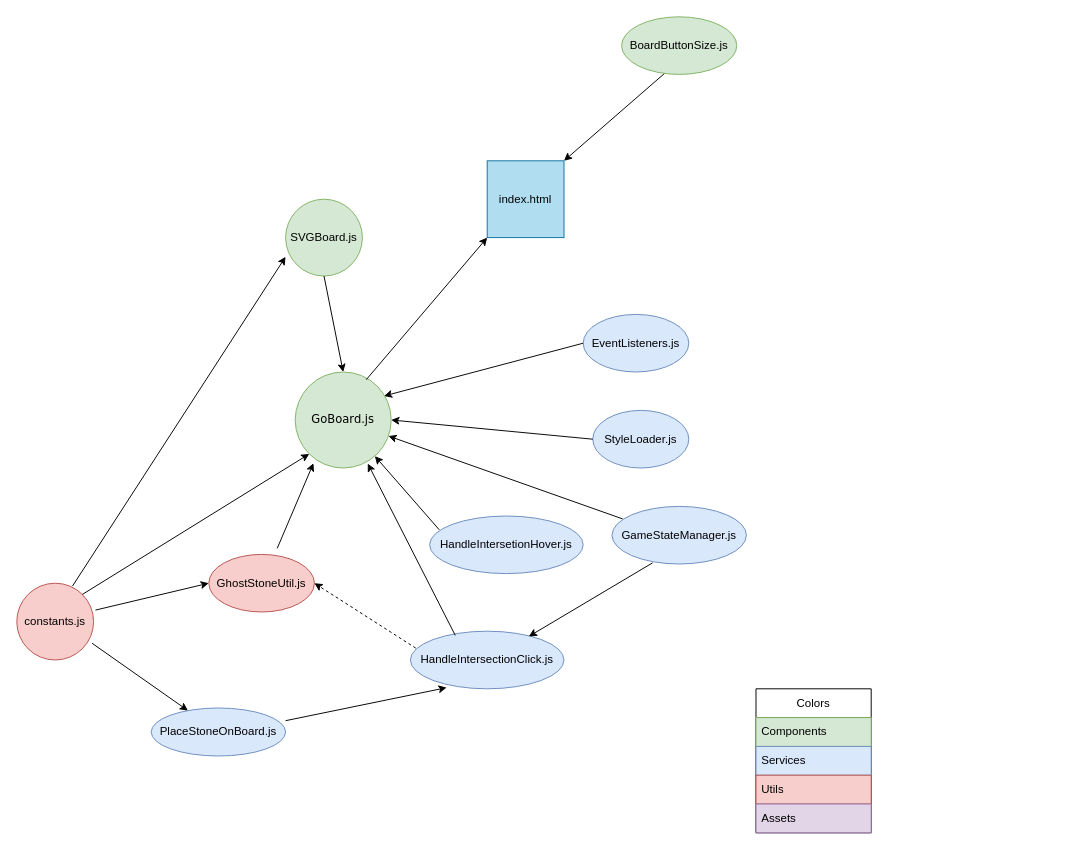
Above: WebGo.drawio in enokiLucas/Diagrams (draw.io), before the change. Source tidied: cells renumbered, new cells numbered last; positions are measured from the earlier drawing's top-left corner, leaving out a move shared by most shapes. Both pictures are drawn from the tidied source at 96%, with x=0, y=0 at pixel (16, 16).
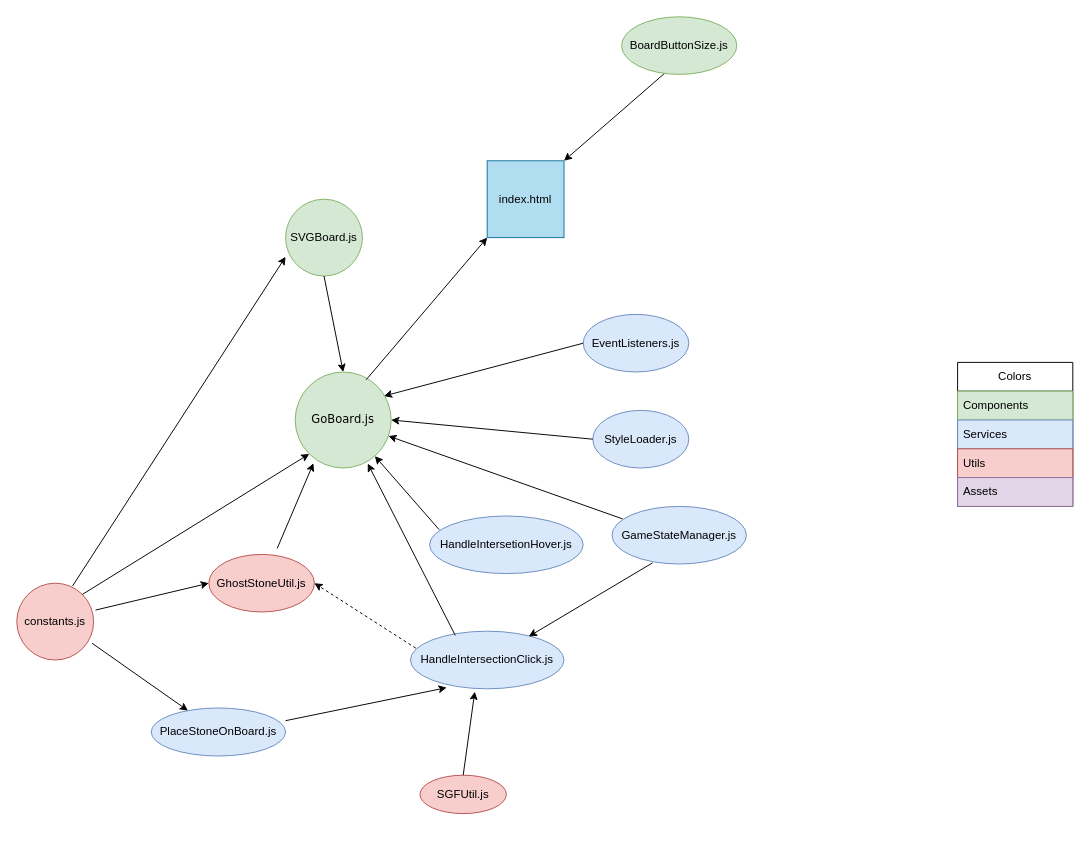
The same diagram, later.

The change refers to these unchanged cells:
```xml
<mxCell id="21" value="HandleIntersectionClick.js" style="ellipse;whiteSpace=wrap;html=1;fillColor=#dae8fc;strokeColor=#6c8ebf;" parent="1" vertex="1">
  <mxGeometry x="410" y="640" width="160" height="60" as="geometry" />
</mxCell>
```

Diff of the diagram source:
```diff
@@
     <mxCell id="3" value="Colors" style="swimlane;fontStyle=0;horizontal=1;startSize=30;whiteSpace=wrap;html=1;" parent="1" vertex="1">
-      <mxGeometry x="770" y="700" width="120" height="150" as="geometry" />
+      <mxGeometry x="980" y="360" width="120" height="150" as="geometry" />
     </mxCell>
@@
+    <mxCell id="35" value="SGFUtil.js" style="ellipse;whiteSpace=wrap;html=1;fillColor=#f8cecc;strokeColor=#b85450;" parent="1" vertex="1">
+      <mxGeometry x="420" y="790" width="90" height="40" as="geometry" />
+    </mxCell>
+    <mxCell id="36" style="endArrow=classic;html=1;rounded=0;exitX=0.5;exitY=0;exitDx=0;exitDy=0;entryX=0.419;entryY=1.05;entryDx=0;entryDy=0;entryPerimeter=0;" parent="1" edge="1" source="35" target="21">
+      <mxGeometry relative="1" as="geometry" />
+    </mxCell>
```
